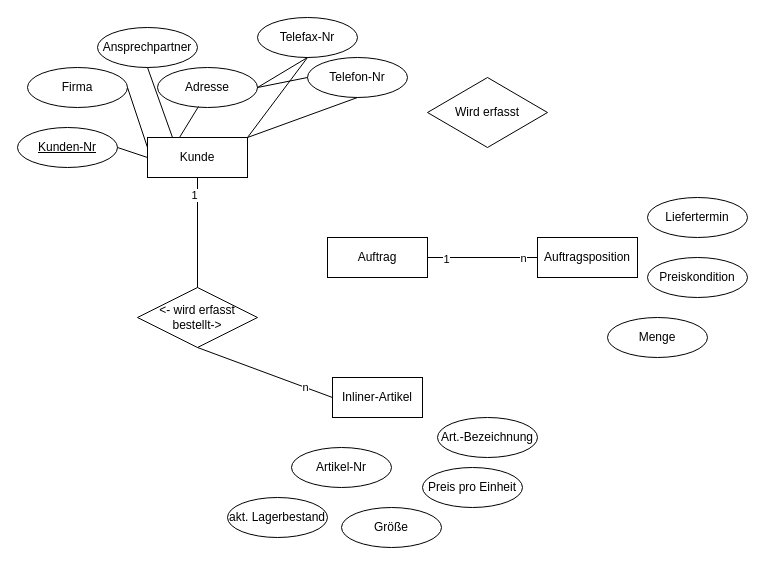
Semoxea/IF11C keeps this draw.io diagram as IF11C/AWP/images/ER_Skater.drawio. Above is the earlier version. Source tidied: cells renumbered, new cells numbered last; positions are measured from the earlier drawing's top-left corner, leaving out a move shared by most shapes. Both pictures are drawn from the tidied source at 100%, with x=0, y=0 at pixel (17, 17).
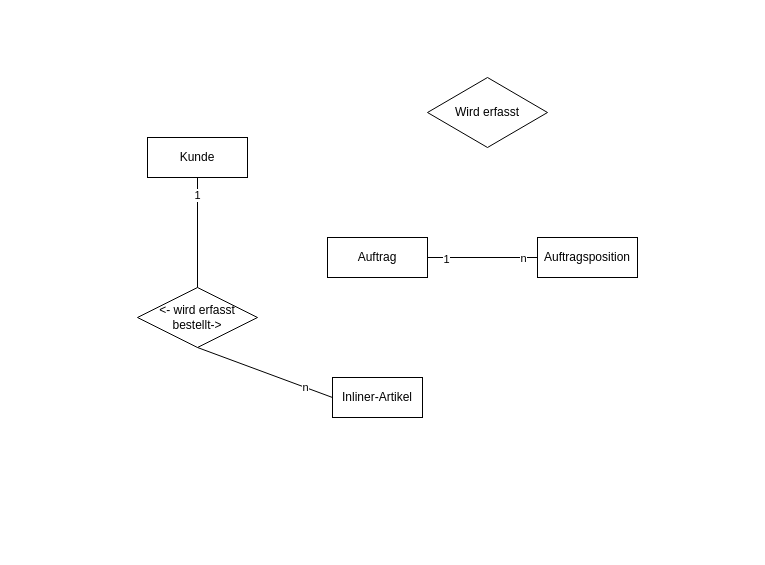
The same page after the edit.

The change refers to these unchanged cells:
```xml
<mxCell id="3" value="Kunde" style="whiteSpace=wrap;html=1;align=center;" parent="1" vertex="1">
  <mxGeometry x="130" y="120" width="100" height="40" as="geometry" />
</mxCell>
<mxCell id="24" style="endArrow=none;html=1;rounded=0;exitX=0.5;exitY=1;exitDx=0;exitDy=0;entryX=0.5;entryY=0;entryDx=0;entryDy=0;" parent="1" edge="1" source="3" target="23">
  <mxGeometry relative="1" as="geometry" />
</mxCell>
```

Change to the diagram source:
```diff
@@
-    <mxCell id="9" value="&lt;u&gt;Kunden-Nr&lt;/u&gt;" style="ellipse;whiteSpace=wrap;html=1;align=center;" parent="1" vertex="1">
-      <mxGeometry y="110" width="100" height="40" as="geometry" />
-    </mxCell>
-    <mxCell id="10" value="Firma" style="ellipse;whiteSpace=wrap;html=1;align=center;" parent="1" vertex="1">
-      <mxGeometry x="10" y="50" width="100" height="40" as="geometry" />
-    </mxCell>
-    <mxCell id="11" value="Adresse" style="ellipse;whiteSpace=wrap;html=1;align=center;" parent="1" vertex="1">
-      <mxGeometry x="140" y="50" width="100" height="40" as="geometry" />
-    </mxCell>
-    <mxCell id="12" value="Ansprechpartner" style="ellipse;whiteSpace=wrap;html=1;align=center;" parent="1" vertex="1">
-      <mxGeometry x="80" y="10" width="100" height="40" as="geometry" />
-    </mxCell>
-    <mxCell id="13" style="endArrow=none;html=1;rounded=0;exitX=1;exitY=0.5;exitDx=0;exitDy=0;entryX=0;entryY=0.5;entryDx=0;entryDy=0;" parent="1" edge="1" source="9" target="3">
-      <mxGeometry relative="1" as="geometry" />
-    </mxCell>
-    <mxCell id="14" style="endArrow=none;html=1;rounded=0;exitX=1;exitY=0.5;exitDx=0;exitDy=0;entryX=0;entryY=0.25;entryDx=0;entryDy=0;" parent="1" edge="1" source="10" target="3">
-      <mxGeometry relative="1" as="geometry" />
-    </mxCell>
-    <mxCell id="15" style="endArrow=none;html=1;rounded=0;exitX=0.5;exitY=1;exitDx=0;exitDy=0;entryX=0.25;entryY=0;entryDx=0;entryDy=0;" parent="1" edge="1" source="12" target="3">
-      <mxGeometry relative="1" as="geometry" />
-    </mxCell>
-    <mxCell id="16" style="endArrow=none;html=1;rounded=0;exitX=0.32;exitY=0;exitDx=0;exitDy=0;entryX=0.41;entryY=0.975;entryDx=0;entryDy=0;exitPerimeter=0;entryPerimeter=0;" parent="1" edge="1" source="3" target="11">
-      <mxGeometry relative="1" as="geometry" />
-    </mxCell>
-    <mxCell id="17" value="Telefax-Nr" style="ellipse;whiteSpace=wrap;html=1;align=center;" parent="1" vertex="1">
-      <mxGeometry x="240" width="100" height="40" as="geometry" />
-    </mxCell>
-    <mxCell id="18" value="Telefon-Nr" style="ellipse;whiteSpace=wrap;html=1;align=center;" parent="1" vertex="1">
-      <mxGeometry x="290" y="40" width="100" height="40" as="geometry" />
-    </mxCell>
-    <mxCell id="19" style="endArrow=none;html=1;rounded=0;exitX=1;exitY=0.5;exitDx=0;exitDy=0;entryX=0;entryY=0.5;entryDx=0;entryDy=0;" parent="1" edge="1" source="11" target="18">
-      <mxGeometry relative="1" as="geometry" />
-    </mxCell>
-    <mxCell id="20" style="endArrow=none;html=1;rounded=0;exitX=1;exitY=0.5;exitDx=0;exitDy=0;entryX=0.5;entryY=1;entryDx=0;entryDy=0;" parent="1" edge="1" source="11" target="17">
-      <mxGeometry relative="1" as="geometry" />
-    </mxCell>
-    <mxCell id="21" style="endArrow=none;html=1;rounded=0;exitX=0.5;exitY=1;exitDx=0;exitDy=0;entryX=1;entryY=0;entryDx=0;entryDy=0;" parent="1" edge="1" source="18" target="3">
-      <mxGeometry relative="1" as="geometry" />
-    </mxCell>
-    <mxCell id="22" style="endArrow=none;html=1;rounded=0;exitX=0.5;exitY=1;exitDx=0;exitDy=0;entryX=1;entryY=0;entryDx=0;entryDy=0;" parent="1" edge="1" source="17" target="3">
-      <mxGeometry relative="1" as="geometry" />
-    </mxCell>
@@
     <mxCell id="25" value="1" style="edgeLabel;html=1;align=center;verticalAlign=middle;" parent="24" vertex="1">
       <mxGeometry x="-0.63" y="-4" relative="1" as="geometry">
-        <mxPoint y="-3" as="offset" />
+        <mxPoint x="3" y="-3" as="offset" />
       </mxGeometry>
     </mxCell>
@@
-    <mxCell id="27" value="Artikel-Nr" style="ellipse;whiteSpace=wrap;html=1;align=center;" parent="1" vertex="1">
-      <mxGeometry x="274" y="430" width="100" height="40" as="geometry" />
-    </mxCell>
-    <mxCell id="28" value="Größe" style="ellipse;whiteSpace=wrap;html=1;align=center;" parent="1" vertex="1">
-      <mxGeometry x="324" y="490" width="100" height="40" as="geometry" />
-    </mxCell>
-    <mxCell id="29" value="Preis pro Einheit" style="ellipse;whiteSpace=wrap;html=1;align=center;" parent="1" vertex="1">
-      <mxGeometry x="405" y="450" width="100" height="40" as="geometry" />
-    </mxCell>
-    <mxCell id="30" value="akt. Lagerbestand" style="ellipse;whiteSpace=wrap;html=1;align=center;" parent="1" vertex="1">
-      <mxGeometry x="210" y="480" width="100" height="40" as="geometry" />
-    </mxCell>
-    <mxCell id="31" value="Art.-Bezeichnung" style="ellipse;whiteSpace=wrap;html=1;align=center;" parent="1" vertex="1">
-      <mxGeometry x="420" y="400" width="100" height="40" as="geometry" />
-    </mxCell>
-    <mxCell id="32" value="Menge" style="ellipse;whiteSpace=wrap;html=1;align=center;" parent="1" vertex="1">
-      <mxGeometry x="590" y="300" width="100" height="40" as="geometry" />
-    </mxCell>
-    <mxCell id="33" value="Preiskondition" style="ellipse;whiteSpace=wrap;html=1;align=center;" parent="1" vertex="1">
-      <mxGeometry x="630" y="240" width="100" height="40" as="geometry" />
-    </mxCell>
-    <mxCell id="34" value="Liefertermin" style="ellipse;whiteSpace=wrap;html=1;align=center;" parent="1" vertex="1">
-      <mxGeometry x="630" y="180" width="100" height="40" as="geometry" />
-    </mxCell>
```
